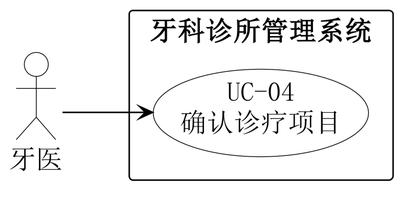
Earlier version of the PlantUML export 01-需求文档/diagrams/07-04-system-use-case.png (Shawmc-creator/systemAnalyseAndDesign).
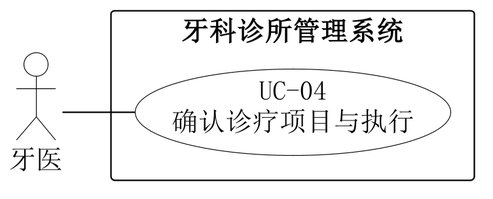
The same diagram one commit later.

The edit, as a diff of the source:
```diff
@@ -1,11 +1,12 @@
 @startuml
-left to right direction
 skinparam backgroundColor white
 skinparam shadowing false
 skinparam defaultFontName SimSun
 skinparam defaultFontSize 18
-skinparam dpi 240
+skinparam dpi 220
 skinparam ArrowColor black
+skinparam nodesep 22
+skinparam ranksep 48
 skinparam actor {
  BorderColor black
  BackgroundColor white
@@ -18,9 +19,11 @@
  BorderColor black
  BackgroundColor white
 }
-actor "牙医" as A
+left to right direction
+actor "牙医" as A0
 rectangle "牙科诊所管理系统" {
- usecase "UC-04\n确认诊疗项目" as U
+ usecase "UC-04\n确认诊疗项目与执行" as U
 }
-A --> U
+A0 -- U
+
 @enduml
```
